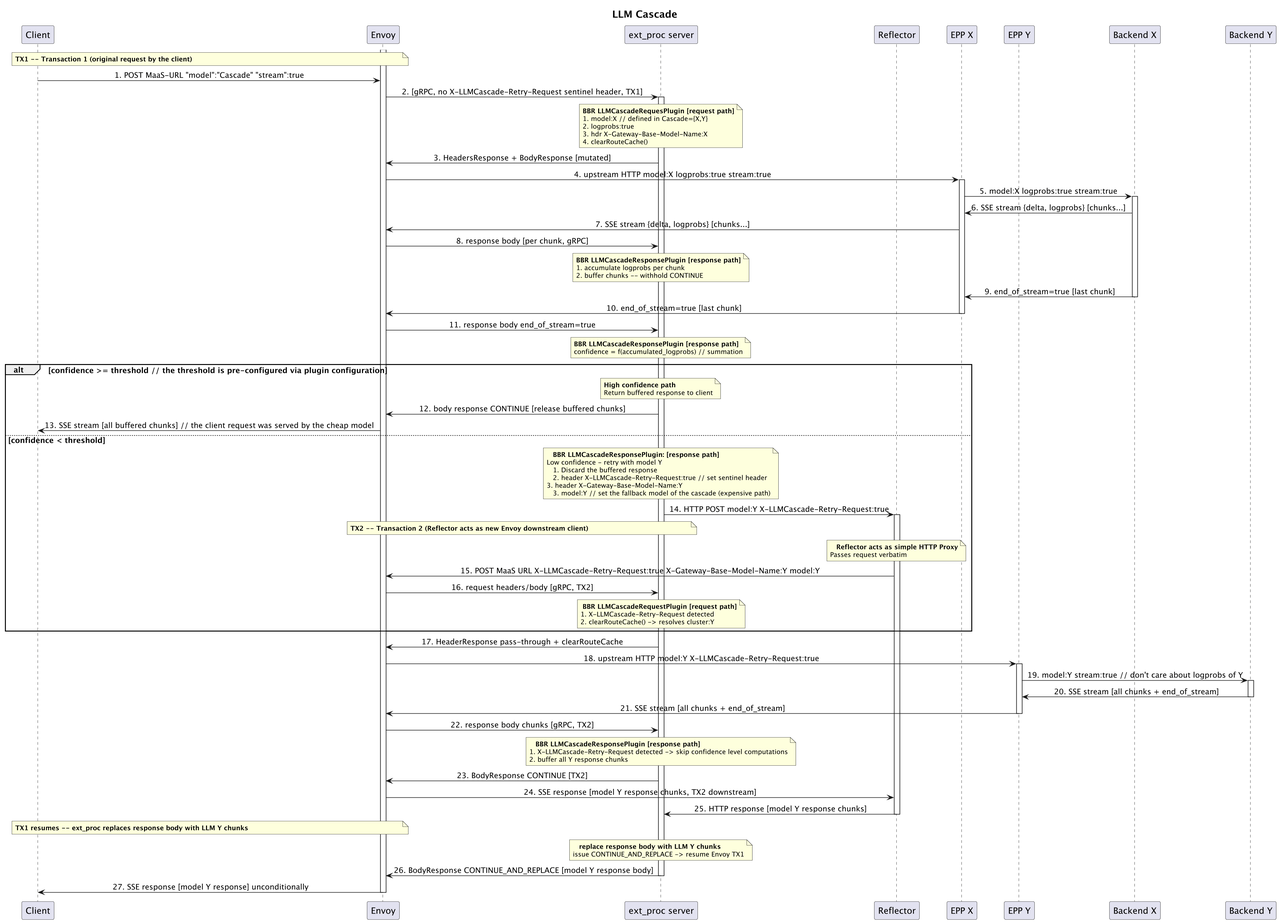
This is LLMCascade.png from davidbreitgand/diagrams, a PlantUML export, as it was before one commit.
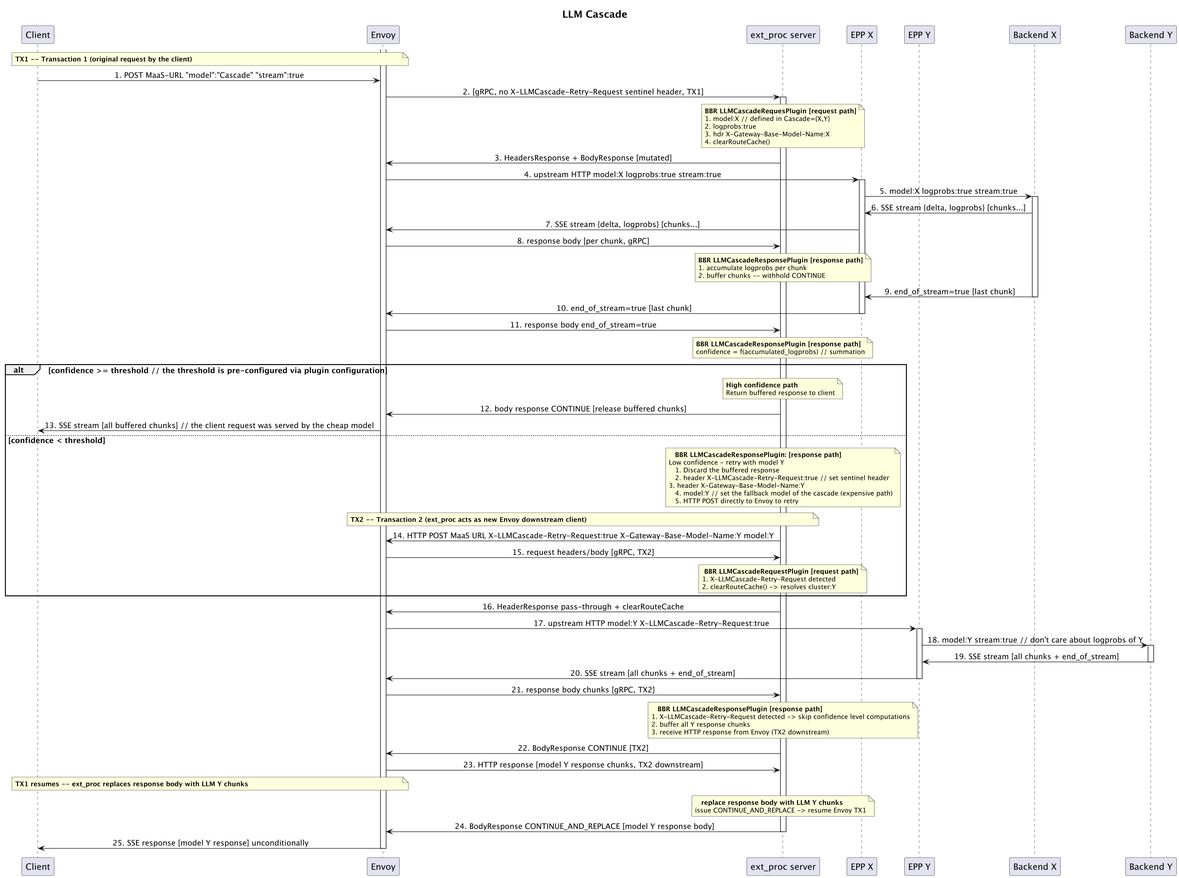
After the change.

Commit message:
Simplified diagram: two plugins only

What changed in the source:
```diff
@@ -19,7 +19,6 @@
 participant "Client" as client
 participant "Envoy" as envoy
 participant "ext_proc server" as ext_proc
-participant "Reflector" as reflector
 participant "EPP X" as epp_cx
 participant "EPP Y" as epp_cy
 participant "Backend X" as backend_x
@@ -76,44 +75,38 @@
     1. Discard the buffered response
     2. header X-LLMCascade-Retry-Request:true // set sentinel header
 	3. header X-Gateway-Base-Model-Name:Y
-    3. model:Y // set the fallback model of the cascade (expensive path)
+    4. model:Y // set the fallback model of the cascade (expensive path)
+    5. HTTP POST directly to Envoy to retry
   end note
-  ext_proc -> reflector: 14. HTTP POST model:Y X-LLMCascade-Retry-Request:true
-  activate reflector
   note over envoy,ext_proc
-    **TX2 -- Transaction 2 (Reflector acts as new Envoy downstream client)**
+    **TX2 -- Transaction 2 (ext_proc acts as new Envoy downstream client)**
   end note
-  note over reflector
-    **Reflector acts as simple HTTP Proxy**
- Passes request verbatim
-  end note
-  reflector -> envoy: 15. POST MaaS URL X-LLMCascade-Retry-Request:true X-Gateway-Base-Model-Name:Y model:Y
-  envoy -> ext_proc: 16. request headers/body [gRPC, TX2]
+  ext_proc -> envoy: 14. HTTP POST MaaS URL X-LLMCascade-Retry-Request:true X-Gateway-Base-Model-Name:Y model:Y
+  envoy -> ext_proc: 15. request headers/body [gRPC, TX2]
   note over ext_proc
     **BBR LLMCascadeRequestPlugin [request path]**
    1. X-LLMCascade-Retry-Request detected
    2. clearRouteCache() -> resolves cluster:Y
   end note
 end
-  ext_proc -> envoy: 17. HeaderResponse pass-through + clearRouteCache
-  envoy -> epp_cy: 18. upstream HTTP model:Y X-LLMCascade-Retry-Request:true
+  ext_proc -> envoy: 16. HeaderResponse pass-through + clearRouteCache
+  envoy -> epp_cy: 17. upstream HTTP model:Y X-LLMCascade-Retry-Request:true
   activate epp_cy
-  epp_cy -> backend_y: 19. model:Y stream:true // don't care about logprobs of Y
+  epp_cy -> backend_y: 18. model:Y stream:true // don't care about logprobs of Y
   activate backend_y
-  backend_y -> epp_cy: 20. SSE stream [all chunks + end_of_stream]
+  backend_y -> epp_cy: 19. SSE stream [all chunks + end_of_stream]
   deactivate backend_y
-  epp_cy -> envoy: 21. SSE stream [all chunks + end_of_stream]
+  epp_cy -> envoy: 20. SSE stream [all chunks + end_of_stream]
   deactivate epp_cy
-  envoy -> ext_proc: 22. response body chunks [gRPC, TX2]
+  envoy -> ext_proc: 21. response body chunks [gRPC, TX2]
   note over ext_proc
     **BBR LLMCascadeResponsePlugin [response path]**
  1. X-LLMCascade-Retry-Request detected -> skip confidence level computations
  2. buffer all Y response chunks
+ 3. receive HTTP response from Envoy (TX2 downstream)
   end note
-  ext_proc -> envoy: 23. BodyResponse CONTINUE [TX2]
-  envoy -> reflector: 24. SSE response [model Y response chunks, TX2 downstream]
-  reflector -> ext_proc: 25. HTTP response [model Y response chunks]
-  deactivate reflector
+  ext_proc -> envoy: 22. BodyResponse CONTINUE [TX2]
+  envoy -> ext_proc: 23. HTTP response [model Y response chunks, TX2 downstream]
   note over client,envoy
     **TX1 resumes -- ext_proc replaces response body with LLM Y chunks**
   end note
@@ -121,8 +114,8 @@
     **replace response body with LLM Y chunks**
  issue CONTINUE_AND_REPLACE -> resume Envoy TX1
   end note
-  ext_proc -> envoy: 26. BodyResponse CONTINUE_AND_REPLACE [model Y response body]
+  ext_proc -> envoy: 24. BodyResponse CONTINUE_AND_REPLACE [model Y response body]
   deactivate ext_proc
-  envoy -> client: 27. SSE response [model Y response] unconditionally
+  envoy -> client: 25. SSE response [model Y response] unconditionally
   deactivate envoy
 @enduml
```
